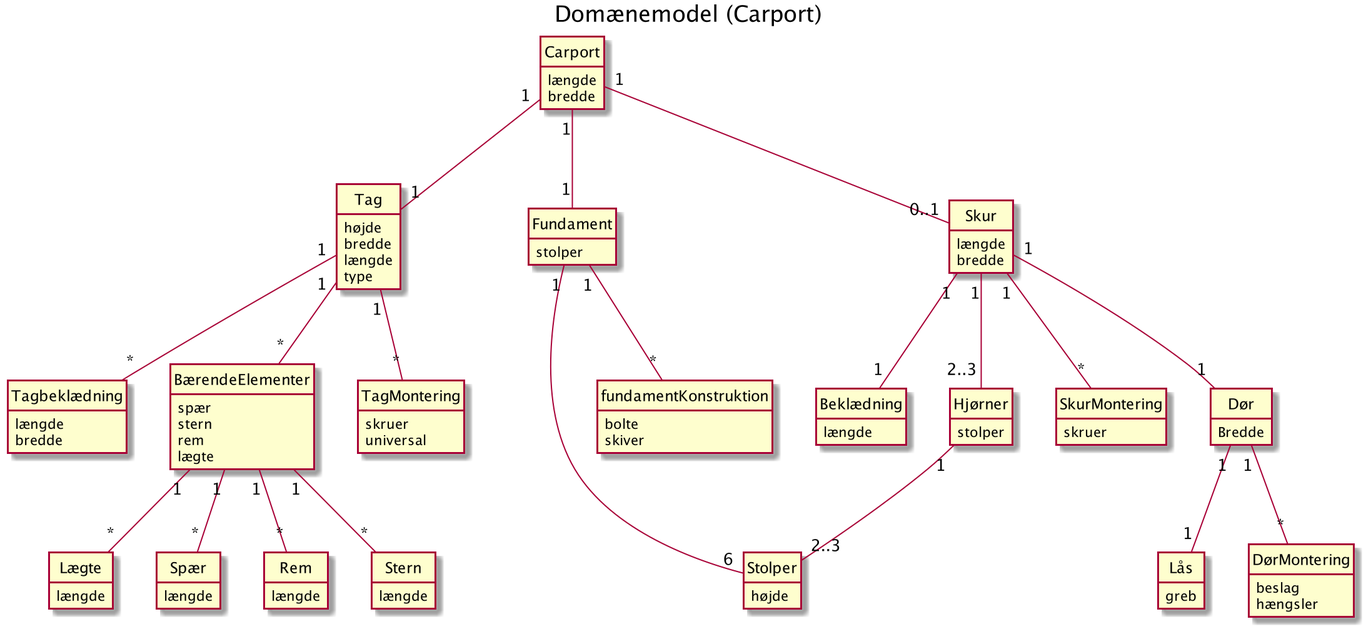
Earlier version of the PlantUML export Documentation/UML/Domæne model/Domain_Model_Styk_1.png (codergram/Fog).
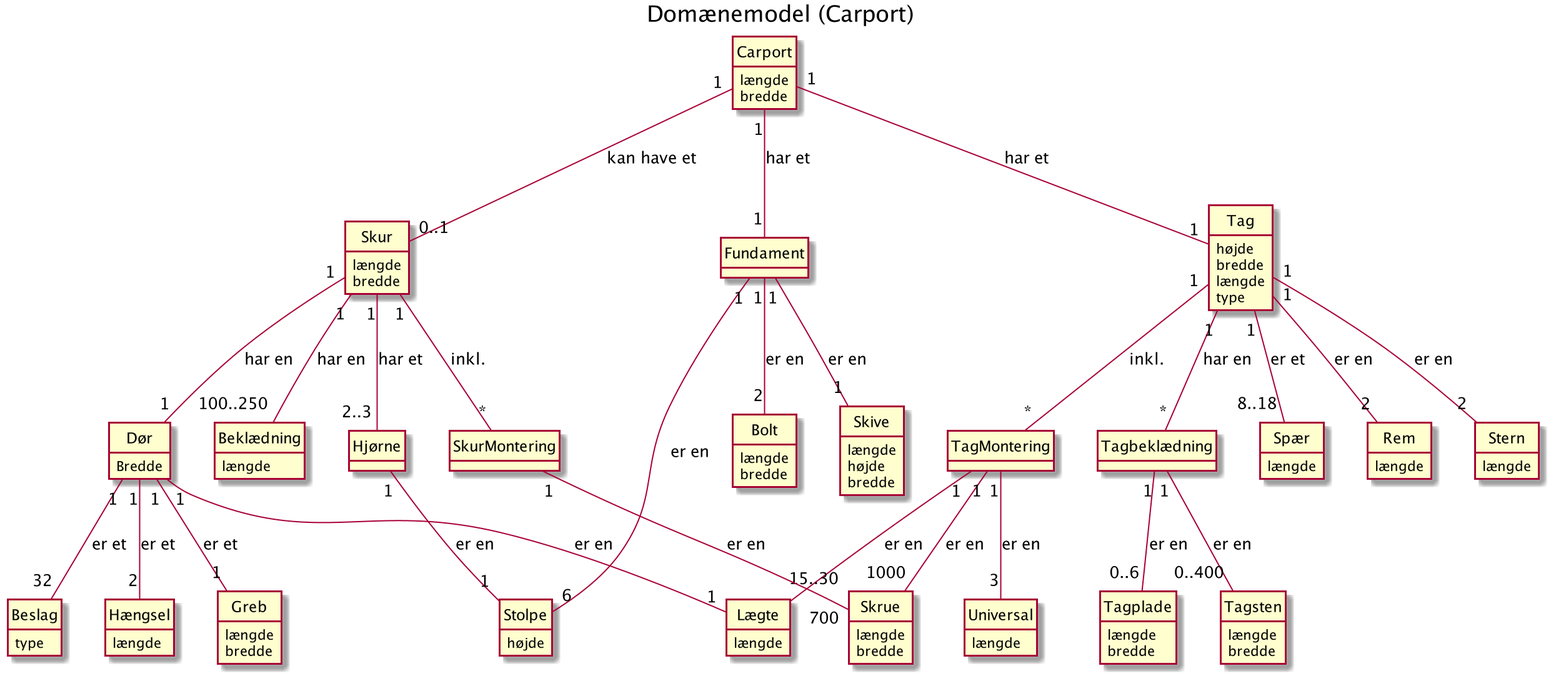
The same file after the commit.

Commit message:
domæne model styk

Change to the diagram source:
```diff
@@ -17,20 +17,11 @@
 }
 
 class Tagbeklædning {
-    længde
-    bredde
-}
 
-class BærendeElementer {
-    spær
-    stern
-    rem
-    lægte
 }
 
 class TagMontering {
-    skruer
-    universal
+
 }
 
 class Spær {
@@ -50,15 +41,21 @@
 }
 
 class Fundament {
-   stolper
+
 }
 
-class fundamentKonstruktion {
-    bolte
-    skiver
+class Bolt {
+   længde
+   bredde
 }
 
-class Stolper {
+class Skive {
+   længde
+   højde
+   bredde
+}
+
+class Stolpe {
    højde
 }
 
@@ -75,49 +72,87 @@
     Bredde
 }
 
-class DørMontering {
-    beslag
-    hængsler
-}
 
-class Lås {
-    greb
+class Greb {
+    længde
+    bredde
 }
 
 class Beklædning {
     længde
 }
 
-class Hjørner {
-    stolper
+class Hjørne {
+
 }
 
 class SkurMontering {
-    skruer
+
 }
 
-Carport "1" -- "1" Tag
-Tag "1" -- "*" Tagbeklædning
-Tag "1" -- "*" BærendeElementer
-Tag "1" -- "*" TagMontering
-BærendeElementer "1" -- "*" Spær
-BærendeElementer "1" -- "*" Rem
-BærendeElementer "1" -- "*" Stern
-BærendeElementer "1" -- "*" Lægte
+class Tagsten {
+   længde
+   bredde
+}
+
+class Tagplade {
+   længde
+   bredde
+}
+
+class Skrue {
+    længde
+    bredde
+}
+
+class Universal {
+    længde
+}
+
+class Beslag {
+    type
+}
+
+class Hængsel {
+    længde
+}
+
+Carport "1" -- "1" Tag: har et
+Tag "1" -- "*" Tagbeklædning: har en
+Tagbeklædning "1" -- "0..400" Tagsten: er en
+Tagbeklædning "1" -- "0..6" Tagplade: er en
 
 
-Carport "1" -- "1" Fundament
-Fundament "1" -- "*" fundamentKonstruktion
-Fundament "1" -- "6" Stolper
+Tag "1" -- "*" TagMontering: inkl.
+TagMontering "1" -- "1000" Skrue: er en
+TagMontering "1" -- "3" Universal: er en
+TagMontering "1" -- "15..30" Lægte: er en
 
-Carport "1" -- "0..1" Skur
-Skur "1" -- "1" Dør
-Skur "1" -- "1" Beklædning
-Skur "1" -- "*" SkurMontering
-Skur "1" -- "2..3" Hjørner
-Hjørner "1" -- "2..3" Stolper
-Dør "1" -- "1" Lås
-Dør "1" -- "*" DørMontering
+
+
+Tag "1" -- "8..18" Spær: er et
+Tag "1" -- "2" Rem: er en
+Tag "1" -- "2" Stern: er en
+
+
+
+Carport "1" -- "1" Fundament: har et
+Fundament "1" -- "6" Stolpe: er en
+Fundament "1" -- "2" Bolt: er en
+Fundament "1" -- "1" Skive: er en
+
+
+Carport "1" -- "0..1" Skur: kan have et
+Skur "1" -- "1" Dør: har en
+Skur "1" -- "100..250" Beklædning: har en
+Skur "1" -- "*" SkurMontering: inkl.
+SkurMontering "1" -- "700" Skrue: er en
+Skur "1" -- "2..3" Hjørne: har et
+Hjørne "1" -- "1" Stolpe: er en
+Dør "1" -- "1" Greb: er et
+Dør "1" -- "32" Beslag: er et
+Dør "1" -- "2" Hængsel: er et
+Dør "1" -- "1" Lægte: er en
 
 
 @enduml
```
